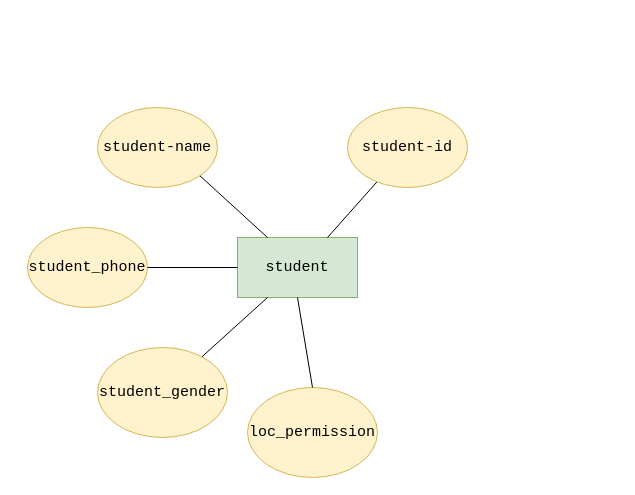
Before: page "第 1 页" (1 of 2) of A-task3.drawio in sweeteryue/campus-carpool-system, a draw.io diagram. Source tidied: cells renumbered, new cells numbered last; positions are measured from the earlier drawing's top-left corner, leaving out a move shared by most shapes. Both pictures are drawn from the tidied source at 100%, with x=0, y=0 at pixel (27, 107).
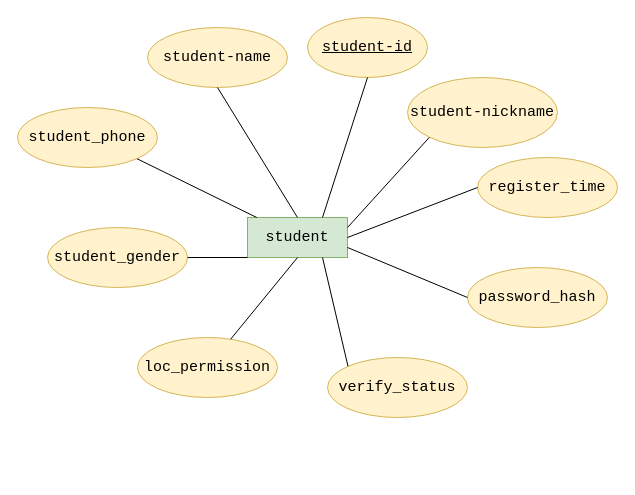
The same page after the edit.

What changed in the source:
```diff
@@
+    <mxCell id="5" value="&lt;font face=&quot;Courier New&quot;&gt;&lt;span style=&quot;font-size: 15px;&quot;&gt;student-id&lt;/span&gt;&lt;/font&gt;" style="ellipse;whiteSpace=wrap;html=1;align=center;fontStyle=4;fillColor=#fff2cc;strokeColor=#d6b656;" parent="1" vertex="1">
+      <mxGeometry x="280" y="-90" width="120" height="60" as="geometry" />
+    </mxCell>
-    <mxCell id="2" value="&lt;font face=&quot;Courier New&quot; style=&quot;font-size: 15px;&quot;&gt;student&lt;/font&gt;" style="rounded=0;whiteSpace=wrap;html=1;fillColor=#d5e8d4;strokeColor=#82b366;" parent="1" vertex="1">
-      <mxGeometry x="210" y="130" width="120" height="60" as="geometry" />
+    <mxCell id="2" value="&lt;span style=&quot;font-family: &amp;quot;Courier New&amp;quot;; font-size: 15px;&quot;&gt;student&lt;/span&gt;" style="whiteSpace=wrap;html=1;align=center;fillColor=#d5e8d4;strokeColor=#82b366;" parent="1" vertex="1">
+      <mxGeometry x="220" y="110" width="100" height="40" as="geometry" />
     </mxCell>
+    <mxCell id="6" style="endArrow=none;html=1;rounded=0;defaultLabelBackgroundColor=page;exitX=0.75;exitY=0;exitDx=0;exitDy=0;entryX=0.5;entryY=1;entryDx=0;entryDy=0;" parent="1" edge="1" source="2" target="5">
+      <mxGeometry relative="1" as="geometry" />
+    </mxCell>
-    <mxCell id="3" value="&lt;font face=&quot;Courier New&quot; style=&quot;font-size: 15px;&quot;&gt;student-name&lt;/font&gt;" style="ellipse;whiteSpace=wrap;html=1;shapeInside=1;fillColor=#fff2cc;strokeColor=#d6b656;" parent="1" vertex="1">
-      <mxGeometry x="70" width="120" height="80" as="geometry" />
+    <mxCell id="3" value="&lt;font face=&quot;Courier New&quot; style=&quot;font-size: 15px;&quot;&gt;student-name&lt;/font&gt;" style="ellipse;whiteSpace=wrap;html=1;align=center;fillColor=#fff2cc;strokeColor=#d6b656;" parent="1" vertex="1">
+      <mxGeometry x="120" y="-80" width="140" height="60" as="geometry" />
     </mxCell>
-    <mxCell id="4" style="endArrow=none;html=1;rounded=0;defaultLabelBackgroundColor=page;exitX=0.25;exitY=0;exitDx=0;exitDy=0;entryX=1;entryY=1;entryDx=0;entryDy=0;" parent="1" edge="1" source="2" target="3">
-      <mxGeometry relative="1" as="geometry" />
-    </mxCell>
-    <mxCell id="5" value="&lt;font face=&quot;Courier New&quot;&gt;&lt;span style=&quot;font-size: 15px;&quot;&gt;student-id&lt;/span&gt;&lt;/font&gt;" style="ellipse;whiteSpace=wrap;html=1;shapeInside=1;fillColor=#fff2cc;strokeColor=#d6b656;align=center;" parent="1" vertex="1">
-      <mxGeometry x="320" width="120" height="80" as="geometry" />
-    </mxCell>
-    <mxCell id="6" style="endArrow=none;html=1;rounded=0;defaultLabelBackgroundColor=page;exitX=0.75;exitY=0;exitDx=0;exitDy=0;" parent="1" edge="1" source="2" target="5">
-      <mxGeometry relative="1" as="geometry" />
-    </mxCell>
-    <mxCell id="7" value="&lt;font face=&quot;Courier New&quot; style=&quot;font-size: 15px;&quot;&gt;student_phone&lt;/font&gt;" style="ellipse;whiteSpace=wrap;html=1;shapeInside=1;fillColor=#fff2cc;strokeColor=#d6b656;" parent="1" vertex="1">
-      <mxGeometry y="120" width="120" height="80" as="geometry" />
+    <mxCell id="7" value="&lt;font face=&quot;Courier New&quot; style=&quot;font-size: 15px;&quot;&gt;student_phone&lt;/font&gt;" style="ellipse;whiteSpace=wrap;html=1;align=center;fillColor=#fff2cc;strokeColor=#d6b656;" parent="1" vertex="1">
+      <mxGeometry x="-10" width="140" height="60" as="geometry" />
     </mxCell>
-    <mxCell id="8" style="endArrow=none;html=1;rounded=0;defaultLabelBackgroundColor=page;exitX=1;exitY=0.5;exitDx=0;exitDy=0;entryX=0;entryY=0.5;entryDx=0;entryDy=0;" parent="1" edge="1" source="7" target="2">
-      <mxGeometry x="-0.77" relative="1" as="geometry">
-        <Array as="points">
-          <mxPoint x="120" y="160" />
-        </Array>
-      </mxGeometry>
-    </mxCell>
-    <mxCell id="9" value="&lt;font face=&quot;Courier New&quot; style=&quot;font-size: 15px;&quot;&gt;student_gender&lt;/font&gt;" style="ellipse;whiteSpace=wrap;html=1;shapeInside=1;fillColor=#fff2cc;strokeColor=#d6b656;" parent="1" vertex="1">
-      <mxGeometry x="70" y="240" width="130" height="90" as="geometry" />
+    <mxCell id="9" value="&lt;font face=&quot;Courier New&quot; style=&quot;font-size: 15px;&quot;&gt;student_gender&lt;/font&gt;" style="ellipse;whiteSpace=wrap;html=1;align=center;fillColor=#fff2cc;strokeColor=#d6b656;" parent="1" vertex="1">
+      <mxGeometry x="20" y="120" width="140" height="60" as="geometry" />
     </mxCell>
-    <mxCell id="10" style="endArrow=none;html=1;rounded=0;defaultLabelBackgroundColor=page;entryX=0.25;entryY=1;entryDx=0;entryDy=0;" parent="1" edge="1" source="9" target="2">
-      <mxGeometry x="-0.25" relative="1" as="geometry" />
-    </mxCell>
-    <mxCell id="11" value="&lt;font face=&quot;Courier New&quot; style=&quot;font-size: 15px;&quot;&gt;loc_permission&lt;/font&gt;" style="ellipse;whiteSpace=wrap;html=1;shapeInside=1;fillColor=#fff2cc;strokeColor=#d6b656;" parent="1" vertex="1">
-      <mxGeometry x="220" y="280" width="130" height="90" as="geometry" />
+    <mxCell id="11" value="&lt;font face=&quot;Courier New&quot; style=&quot;font-size: 15px;&quot;&gt;loc_permission&lt;/font&gt;" style="ellipse;whiteSpace=wrap;html=1;align=center;fillColor=#fff2cc;strokeColor=#d6b656;" parent="1" vertex="1">
+      <mxGeometry x="110" y="230" width="140" height="60" as="geometry" />
     </mxCell>
-    <mxCell id="12" style="endArrow=none;html=1;rounded=0;defaultLabelBackgroundColor=page;entryX=0.5;entryY=1;entryDx=0;entryDy=0;exitX=0.5;exitY=0;exitDx=0;exitDy=0;" parent="1" edge="1" source="11" target="2">
+    <mxCell id="12" style="endArrow=none;html=1;rounded=0;defaultLabelBackgroundColor=page;entryX=0.5;entryY=1;entryDx=0;entryDy=0;" parent="1" edge="1" source="11" target="2">
       <mxGeometry relative="1" as="geometry" />
     </mxCell>
+    <mxCell id="10" style="endArrow=none;html=1;rounded=0;defaultLabelBackgroundColor=page;exitX=1;exitY=0.5;exitDx=0;exitDy=0;entryX=0;entryY=1;entryDx=0;entryDy=0;" parent="1" edge="1" source="9" target="2">
+      <mxGeometry relative="1" as="geometry" />
+    </mxCell>
+    <mxCell id="8" style="endArrow=none;html=1;rounded=0;defaultLabelBackgroundColor=page;exitX=1;exitY=1;exitDx=0;exitDy=0;" parent="1" edge="1" source="7" target="2">
+      <mxGeometry relative="1" as="geometry" />
+    </mxCell>
+    <mxCell id="13" style="endArrow=none;html=1;rounded=0;defaultLabelBackgroundColor=page;exitX=0.5;exitY=1;exitDx=0;exitDy=0;entryX=0.5;entryY=0;entryDx=0;entryDy=0;" parent="1" edge="1" source="3" target="2">
+      <mxGeometry relative="1" as="geometry" />
+    </mxCell>
+    <mxCell id="14" value="&lt;font face=&quot;Courier New&quot; style=&quot;font-size: 15px;&quot;&gt;student‑nickname&lt;/font&gt;" style="ellipse;whiteSpace=wrap;html=1;align=center;fillColor=#fff2cc;strokeColor=#d6b656;" parent="1" vertex="1">
+      <mxGeometry x="380" y="-30" width="150" height="70" as="geometry" />
+    </mxCell>
+    <mxCell id="15" style="endArrow=none;html=1;rounded=0;defaultLabelBackgroundColor=page;exitX=1;exitY=0.25;exitDx=0;exitDy=0;entryX=0;entryY=1;entryDx=0;entryDy=0;" parent="1" edge="1" source="2" target="14">
+      <mxGeometry relative="1" as="geometry" />
+    </mxCell>
+    <mxCell id="16" value="&lt;font face=&quot;Courier New&quot; style=&quot;font-size: 15px;&quot;&gt;verify_status&lt;/font&gt;" style="ellipse;whiteSpace=wrap;html=1;align=center;fillColor=#fff2cc;strokeColor=#d6b656;" parent="1" vertex="1">
+      <mxGeometry x="300" y="250" width="140" height="60" as="geometry" />
+    </mxCell>
+    <mxCell id="17" style="endArrow=none;html=1;rounded=0;defaultLabelBackgroundColor=page;exitX=0.75;exitY=1;exitDx=0;exitDy=0;entryX=0;entryY=0;entryDx=0;entryDy=0;" parent="1" edge="1" source="2" target="16">
+      <mxGeometry relative="1" as="geometry" />
+    </mxCell>
+    <mxCell id="18" value="&lt;font face=&quot;Courier New&quot; style=&quot;font-size: 15px;&quot;&gt;password_hash&lt;/font&gt;" style="ellipse;whiteSpace=wrap;html=1;align=center;fillColor=#fff2cc;strokeColor=#d6b656;" parent="1" vertex="1">
+      <mxGeometry x="440" y="160" width="140" height="60" as="geometry" />
+    </mxCell>
+    <mxCell id="19" style="endArrow=none;html=1;rounded=0;defaultLabelBackgroundColor=page;exitX=1;exitY=0.75;exitDx=0;exitDy=0;entryX=0;entryY=0.5;entryDx=0;entryDy=0;" parent="1" edge="1" source="2" target="18">
+      <mxGeometry relative="1" as="geometry" />
+    </mxCell>
+    <mxCell id="20" value="&lt;font face=&quot;Courier New&quot; style=&quot;font-size: 15px;&quot;&gt;register_time&lt;/font&gt;" style="ellipse;whiteSpace=wrap;html=1;align=center;fillColor=#fff2cc;strokeColor=#d6b656;" parent="1" vertex="1">
+      <mxGeometry x="450" y="50" width="140" height="60" as="geometry" />
+    </mxCell>
+    <mxCell id="21" style="endArrow=none;html=1;rounded=0;defaultLabelBackgroundColor=page;exitX=1;exitY=0.5;exitDx=0;exitDy=0;entryX=0;entryY=0.5;entryDx=0;entryDy=0;" parent="1" edge="1" source="2" target="20">
+      <mxGeometry relative="1" as="geometry" />
+    </mxCell>
```
